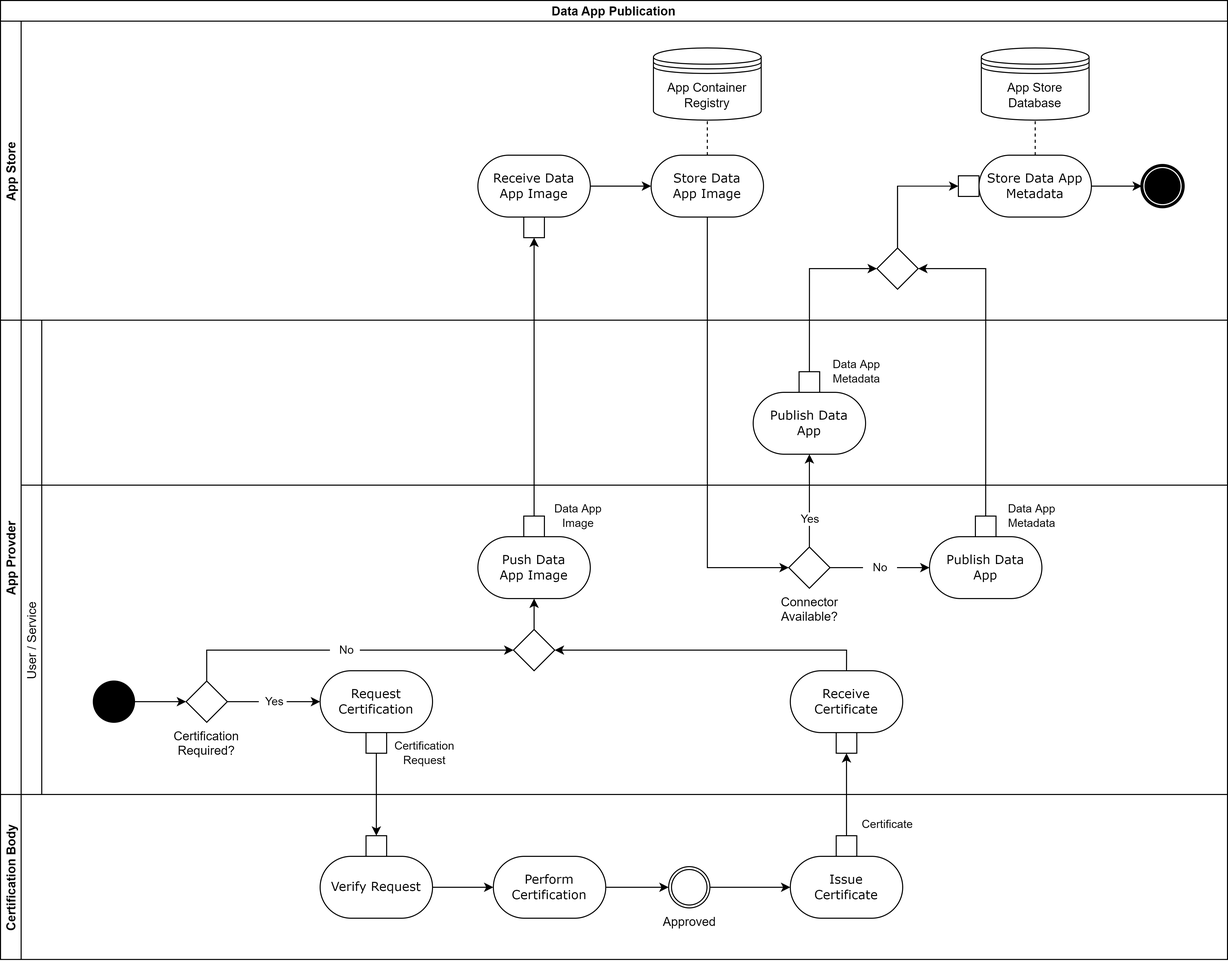
Before: documentation/3_Layers_of_the_Reference_Architecture_Model/3_3_Process_Layer/media/data-app-publication-process.png, a diagram exported from draw.io (International-Data-Spaces-Association/IDS-RAM_4_0). Source tidied: cells renumbered, new cells last; positions are measured from the earlier drawing's top-left corner, leaving out a move shared by most shapes.
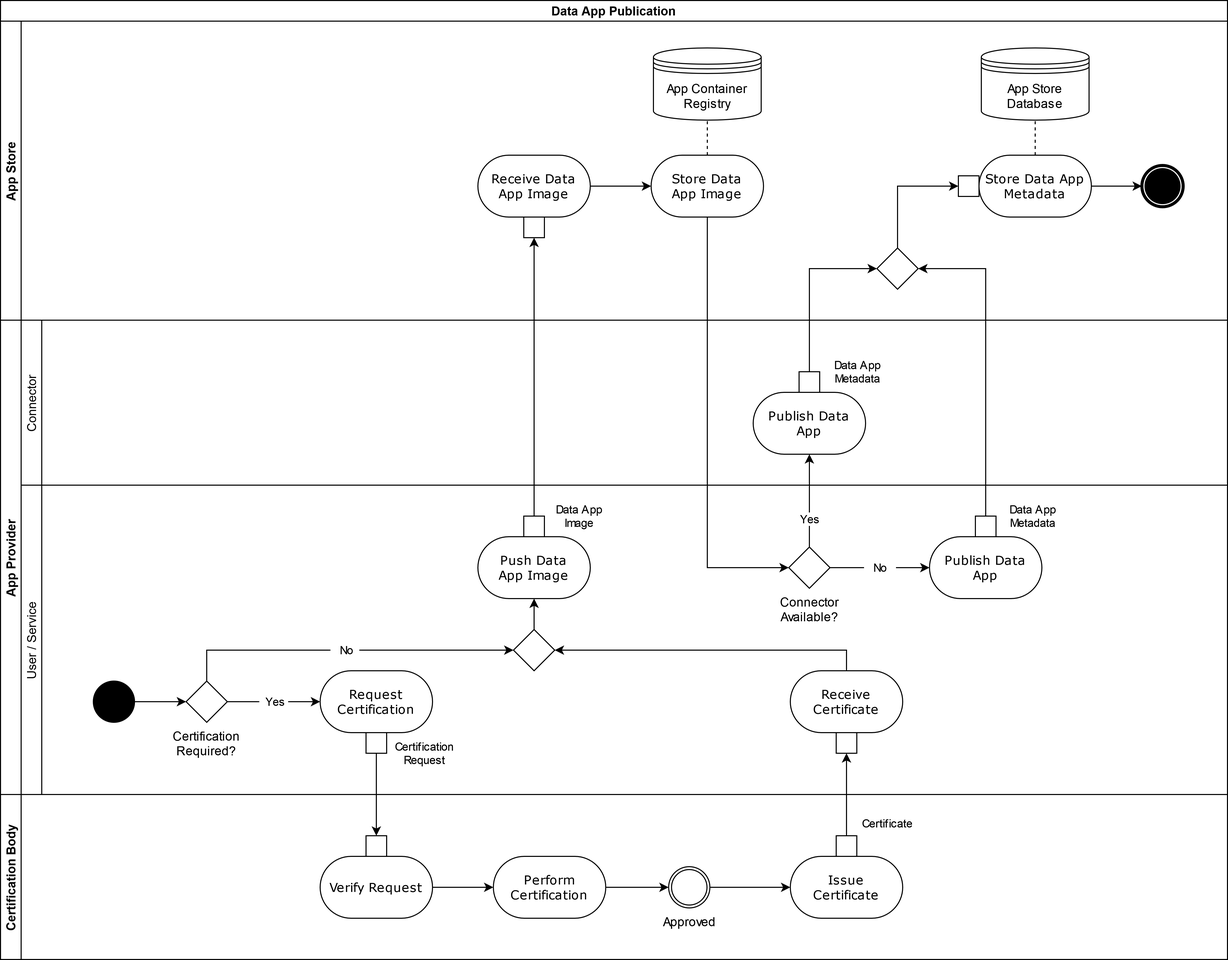
After the change.

Commit message:
Fixed typo in fig 3.3.5.1

The edit, as a diff of the source:
```diff
@@ -53,11 +53,11 @@
     <mxCell id="18" style="rhombus;whiteSpace=wrap;html=1;" parent="3" vertex="1">
       <mxGeometry x="850" y="220" width="40" height="40" as="geometry" />
     </mxCell>
-    <mxCell id="19" value="App Provder" style="swimlane;startSize=20;horizontal=0;" parent="2" vertex="1">
+    <mxCell id="19" value="App Provider" style="swimlane;startSize=20;horizontal=0;" parent="2" vertex="1">
       <mxGeometry y="310" width="1190" height="460" as="geometry" />
     </mxCell>
     <mxCell id="20" value="Connector" style="swimlane;startSize=20;horizontal=0;fontStyle=0;" parent="19" vertex="1">
-      <mxGeometry x="20" width="1170" height="460" as="geometry" />
+      <mxGeometry x="20" width="1170" height="160" as="geometry" />
     </mxCell>
     <mxCell id="21" value="User / Service" style="swimlane;startSize=20;horizontal=0;fontStyle=0;" parent="20" vertex="1">
       <mxGeometry y="160" width="1170" height="300" as="geometry" />
```
